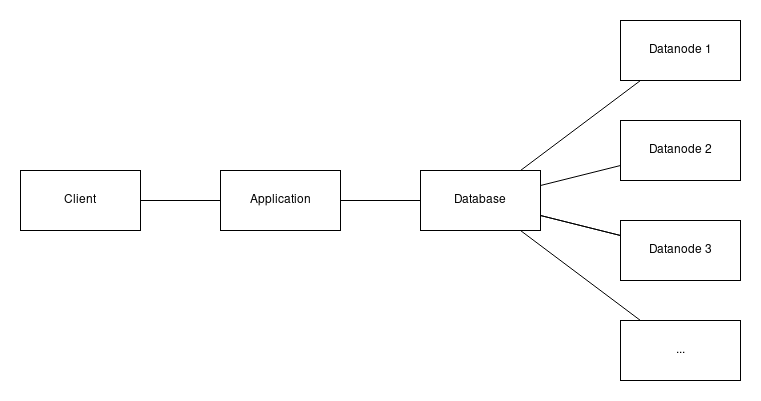
Above: architecture.png in gustavomoura628/MyYoutube-Entrega5 (draw.io), before the change. Source tidied: cells renumbered, new cells last; positions are measured from the earlier drawing's top-left corner, leaving out a move shared by most shapes.
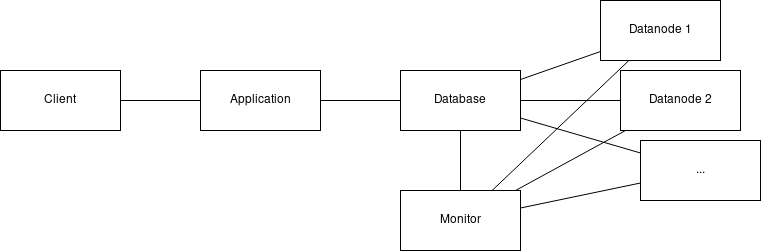
The same diagram one commit later.

Change to the diagram source:
```diff
@@ -17,32 +17,38 @@
     <mxCell id="6" style="rounded=0;jettySize=auto;html=1;endArrow=none;endFill=0;" parent="1" edge="1" source="11" target="12">
       <mxGeometry relative="1" as="geometry" />
     </mxCell>
-    <mxCell id="7" style="rounded=0;jettySize=auto;html=1;endArrow=none;endFill=0;" parent="1" edge="1" source="11" target="14">
-      <mxGeometry relative="1" as="geometry" />
-    </mxCell>
     <mxCell id="8" style="edgeStyle=none;shape=connector;rounded=0;jettySize=auto;html=1;labelBackgroundColor=default;strokeColor=default;align=center;verticalAlign=middle;fontFamily=Helvetica;fontSize=11;fontColor=default;endArrow=none;endFill=0;" parent="1" edge="1" source="11" target="13">
       <mxGeometry relative="1" as="geometry" />
     </mxCell>
-    <mxCell id="9" style="edgeStyle=none;shape=connector;rounded=0;jettySize=auto;html=1;labelBackgroundColor=default;strokeColor=default;align=center;verticalAlign=middle;fontFamily=Helvetica;fontSize=11;fontColor=default;endArrow=none;endFill=0;" parent="1" edge="1" source="11" target="14">
-      <mxGeometry relative="1" as="geometry" />
-    </mxCell>
     <mxCell id="10" style="edgeStyle=none;shape=connector;rounded=0;jettySize=auto;html=1;labelBackgroundColor=default;strokeColor=default;align=center;verticalAlign=middle;fontFamily=Helvetica;fontSize=11;fontColor=default;endArrow=none;endFill=0;" parent="1" edge="1" source="11" target="15">
       <mxGeometry relative="1" as="geometry" />
     </mxCell>
+    <mxCell id="16" style="rounded=0;jettySize=auto;html=1;endArrow=none;endFill=0;" parent="1" edge="1" source="11" target="20">
+      <mxGeometry relative="1" as="geometry" />
+    </mxCell>
     <mxCell id="11" value="Database" style="rounded=0;whiteSpace=wrap;html=1;" parent="1" vertex="1">
       <mxGeometry x="400" y="150" width="120" height="60" as="geometry" />
     </mxCell>
     <mxCell id="12" value="Datanode 1" style="rounded=0;whiteSpace=wrap;html=1;" parent="1" vertex="1">
-      <mxGeometry x="600" width="120" height="60" as="geometry" />
+      <mxGeometry x="600" y="80" width="120" height="60" as="geometry" />
     </mxCell>
     <mxCell id="13" value="Datanode 2" style="rounded=0;whiteSpace=wrap;html=1;" parent="1" vertex="1">
-      <mxGeometry x="600" y="100" width="120" height="60" as="geometry" />
+      <mxGeometry x="620" y="150" width="120" height="60" as="geometry" />
     </mxCell>
-    <mxCell id="14" value="Datanode 3" style="rounded=0;whiteSpace=wrap;html=1;" parent="1" vertex="1">
-      <mxGeometry x="600" y="200" width="120" height="60" as="geometry" />
-    </mxCell>
     <mxCell id="15" value="..." style="rounded=0;whiteSpace=wrap;html=1;" parent="1" vertex="1">
-      <mxGeometry x="600" y="300" width="120" height="60" as="geometry" />
+      <mxGeometry x="640" y="220" width="120" height="60" as="geometry" />
     </mxCell>
+    <mxCell id="17" style="rounded=0;jettySize=auto;html=1;endArrow=none;endFill=0;" parent="1" edge="1" source="20" target="12">
+      <mxGeometry relative="1" as="geometry" />
+    </mxCell>
+    <mxCell id="18" style="edgeStyle=none;shape=connector;rounded=0;jettySize=auto;html=1;labelBackgroundColor=default;strokeColor=default;align=center;verticalAlign=middle;fontFamily=Helvetica;fontSize=11;fontColor=default;endArrow=none;endFill=0;" parent="1" edge="1" source="20" target="13">
+      <mxGeometry relative="1" as="geometry" />
+    </mxCell>
+    <mxCell id="19" style="edgeStyle=none;shape=connector;rounded=0;jettySize=auto;html=1;labelBackgroundColor=default;strokeColor=default;align=center;verticalAlign=middle;fontFamily=Helvetica;fontSize=11;fontColor=default;endArrow=none;endFill=0;" parent="1" edge="1" source="20" target="15">
+      <mxGeometry relative="1" as="geometry" />
+    </mxCell>
+    <mxCell id="20" value="Monitor" style="rounded=0;whiteSpace=wrap;html=1;" parent="1" vertex="1">
+      <mxGeometry x="400" y="270" width="120" height="60" as="geometry" />
+    </mxCell>
   </root>
 </mxGraphModel>
```
